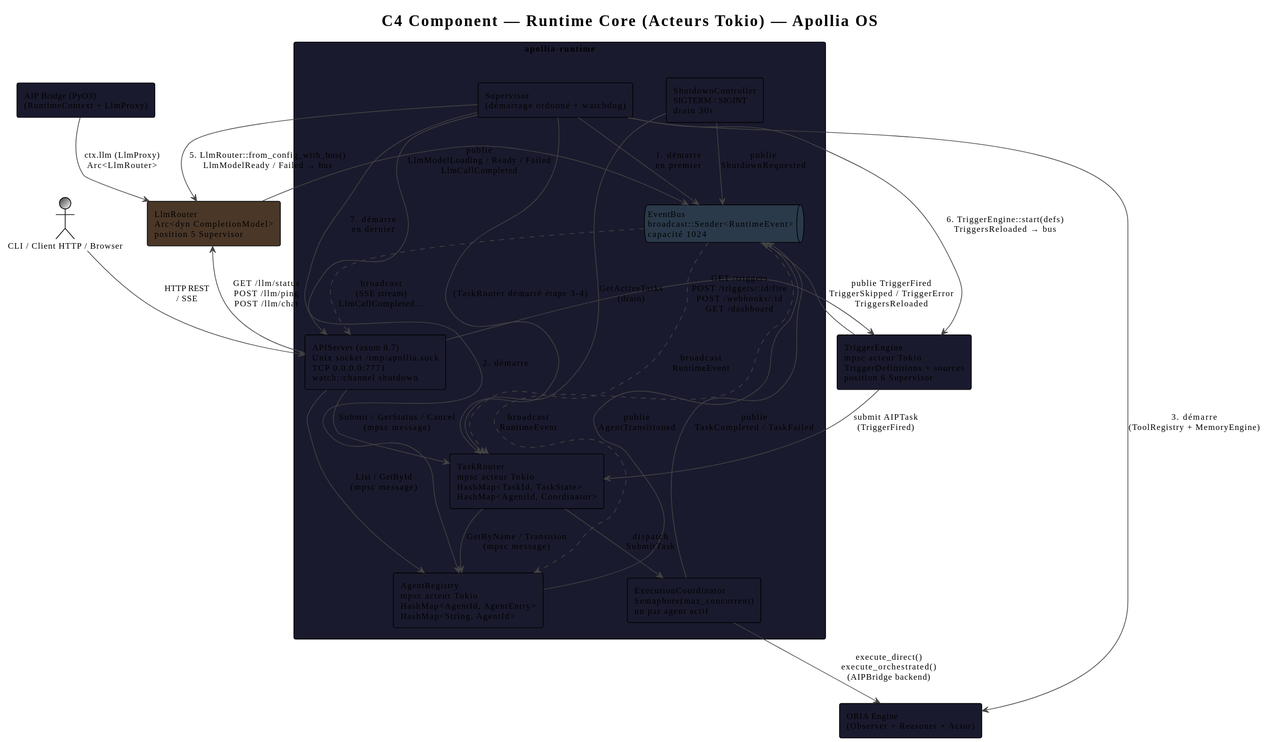
Above: book/src/architecture/diagrams/c4-component-runtime-core.svg in nidal-z/apollia-os (PlantUML), before the change. Source of this version:
```plantuml
@startuml
!theme plain
skinparam backgroundColor #FFFFFF
skinparam defaultFontName "JetBrains Mono"
skinparam defaultFontSize 12
skinparam ArrowColor #444444
skinparam BorderColor #444444

title C4 Component — Runtime Core (Acteurs Tokio) — Apollia OS

rectangle "apollia-runtime" as runtime #1a1a2e {

  rectangle "Supervisor\n(démarrage ordonné + watchdog)" as sup #1a1a2e

  queue "EventBus\nbroadcast::Sender<RuntimeEvent>\ncapacité 1024" as bus #2a3a4a

  rectangle "AgentRegistry\nmpsc acteur Tokio\nHashMap<AgentId, AgentEntry>\nHashMap<String, AgentId>" as reg #1a1a2e

  rectangle "TaskRouter\nmpsc acteur Tokio\nHashMap<TaskId, TaskState>\nHashMap<AgentId, Coordinator>" as router #1a1a2e

  rectangle "ExecutionCoordinator\nSemaphore(max_concurrent)\nun par agent actif" as coord #1a1a2e

  rectangle "APIServer (axum 0.7)\nUnix socket /tmp/apollia.sock\nTCP 0.0.0.0:7771\nwatch::channel shutdown" as api #1a1a2e

  rectangle "ShutdownController\nSIGTERM / SIGINT\ndrain 30s" as shutdown #1a1a2e
}

rectangle "LlmRouter\nArc<dyn CompletionModel>\nposition 5 Supervisor" as llm #4a3728

rectangle "TriggerEngine\nmpsc acteur Tokio\nTriggerDefinitions + sources\nposition 6 Supervisor" as trig #1a1a2e

rectangle "ORIA Engine\n(Observer + Reasoner + Actor)" as oria #1a1a2e
rectangle "AIP Bridge (PyO3)\n(RuntimeContext + LlmProxy)" as aip #1a1a2e
actor "CLI / Client HTTP / Browser" as cli #3a3a3a/white

sup --> bus    : 1. démarre\nen premier
sup --> reg    : 2. démarre
sup --> oria   : 3. démarre\n(ToolRegistry + MemoryEngine)
sup --> llm    : 5. LlmRouter::from_config_with_bus()\nLlmModelReady / Failed → bus
sup --> trig   : 6. TriggerEngine::start(defs)\nTriggersReloaded → bus
sup --> router : (TaskRouter démarré étape 3-4)
sup --> api    : 7. démarre\nen dernier

bus ..> reg    : broadcast\nRuntimeEvent
bus ..> router : broadcast\nRuntimeEvent
bus ..> api    : broadcast\n(SSE stream)\nLlmCallCompleted…

reg    --> bus    : publie\nAgentTransitioned
llm    --> bus    : publie\nLlmModelLoading / Ready / Failed\nLlmCallCompleted

router --> reg    : GetByName / Transition\n(mpsc message)
router --> coord  : dispatch\nSubmitTask

coord  --> oria   : execute_direct()\nexecute_orchestrated()\n(AIPBridge backend)
coord  --> bus    : publie\nTaskCompleted / TaskFailed

api    --> router : Submit / GetStatus / Cancel\n(mpsc message)
api    --> reg    : List / GetById\n(mpsc message)
api    --> llm    : GET /llm/status\nPOST /llm/ping\nPOST /llm/chat
api    --> trig   : GET /triggers\nPOST /triggers/:id/fire\nPOST /webhooks/:id\nGET /dashboard

trig   --> router : submit AIPTask\n(TriggerFired)
trig   --> bus    : publie TriggerFired\nTriggerSkipped / TriggerError\nTriggersReloaded

aip    --> llm    : ctx.llm (LlmProxy)\nArc<LlmRouter>

shutdown --> bus    : publie\nShutdownRequested
shutdown --> router : GetActiveTasks\n(drain)

cli --> api : HTTP REST\n/ SSE
@enduml
```
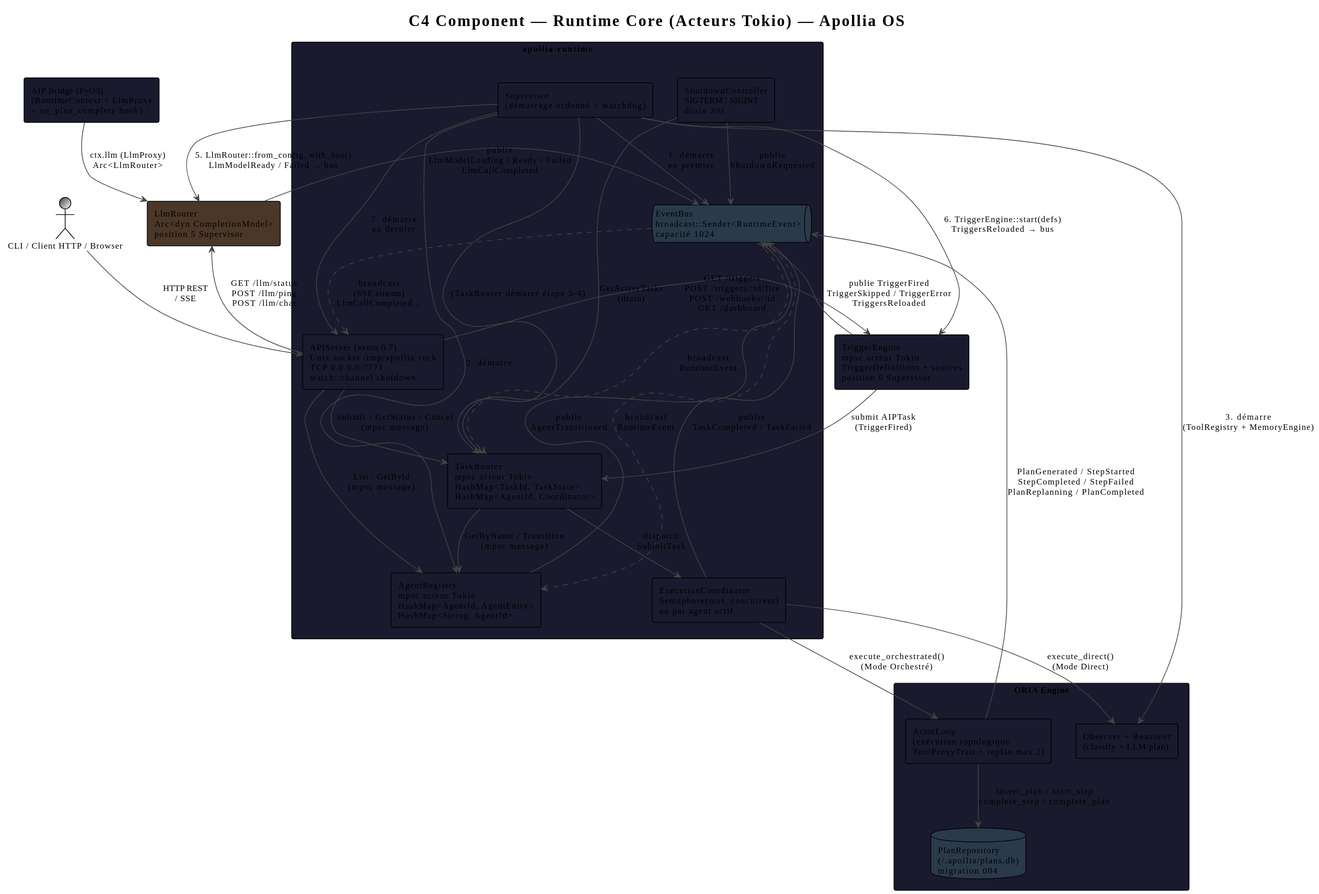
The same diagram one commit later.

Diff of the diagram source:
```diff
@@ -29,8 +29,12 @@
 
 rectangle "TriggerEngine\nmpsc acteur Tokio\nTriggerDefinitions + sources\nposition 6 Supervisor" as trig #1a1a2e
 
-rectangle "ORIA Engine\n(Observer + Reasoner + Actor)" as oria #1a1a2e
-rectangle "AIP Bridge (PyO3)\n(RuntimeContext + LlmProxy)" as aip #1a1a2e
+rectangle "ORIA Engine" as oriabox #1a1a2e {
+  rectangle "Observer + Reasoner\n(classify + LLM plan)" as oria #1a1a2e
+  rectangle "ActorLoop\n(exécution topologique\nToolProxyTrait + replan max 2)" as actor #1a1a2e
+  database "PlanRepository\n(~/.apollia/plans.db)\nmigration 004" as plandb #2a3a4a
+}
+rectangle "AIP Bridge (PyO3)\n(RuntimeContext + LlmProxy\n+ on_plan_complete hook)" as aip #1a1a2e
 actor "CLI / Client HTTP / Browser" as cli #3a3a3a/white
 
 sup --> bus    : 1. démarre\nen premier
@@ -51,7 +55,10 @@
 router --> reg    : GetByName / Transition\n(mpsc message)
 router --> coord  : dispatch\nSubmitTask
 
-coord  --> oria   : execute_direct()\nexecute_orchestrated()\n(AIPBridge backend)
+coord  --> oria   : execute_direct()\n(Mode Direct)
+coord  --> actor  : execute_orchestrated()\n(Mode Orchestré)
+actor  --> plandb : insert_plan / start_step\ncomplete_step / complete_plan
+actor  --> bus    : PlanGenerated / StepStarted\nStepCompleted / StepFailed\nPlanReplanning / PlanCompleted
 coord  --> bus    : publie\nTaskCompleted / TaskFailed
 
 api    --> router : Submit / GetStatus / Cancel\n(mpsc message)
```
